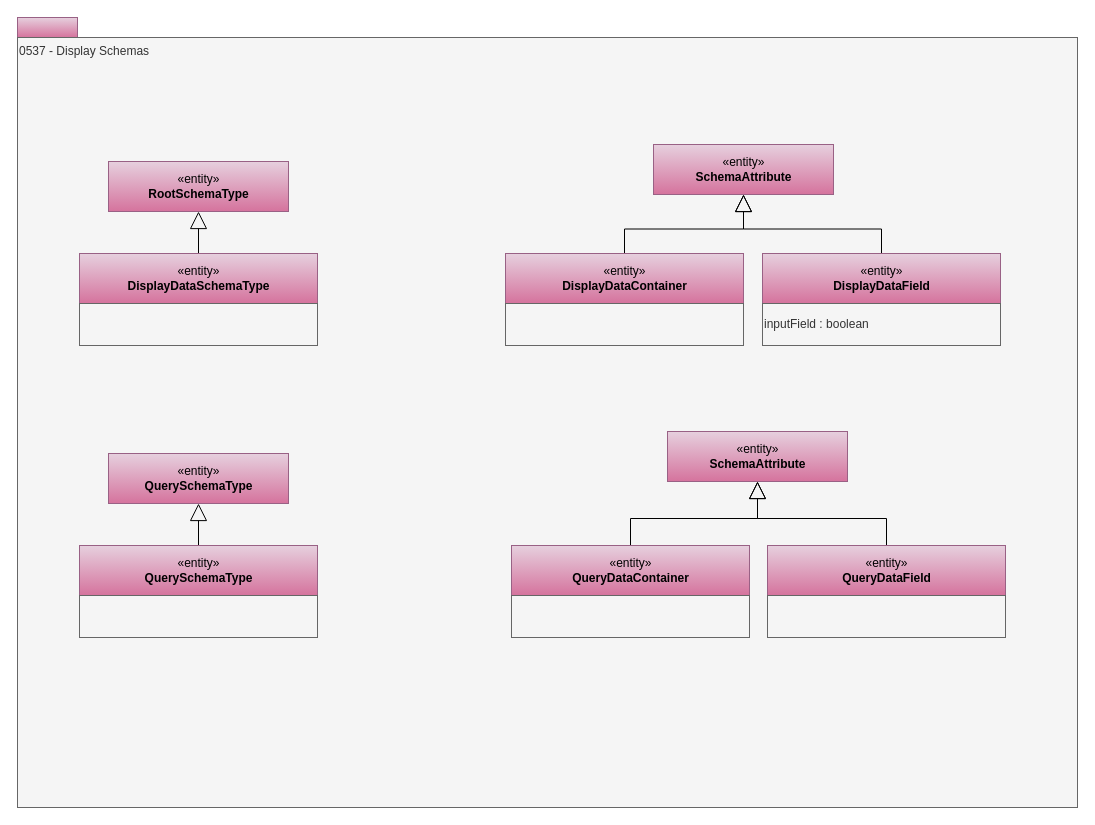
Before: page "0537-Display-Schemas" (23 of 34) of site/docs/types/5/area-5-models-and-schema.drawio in odpi/egeria-docs, a draw.io diagram. Source tidied: cells renumbered, new cells numbered last; positions are measured from the earlier drawing's top-left corner, leaving out a move shared by most shapes. Both pictures are drawn from the tidied source at 100%, with x=0, y=0 at pixel (17, 17).
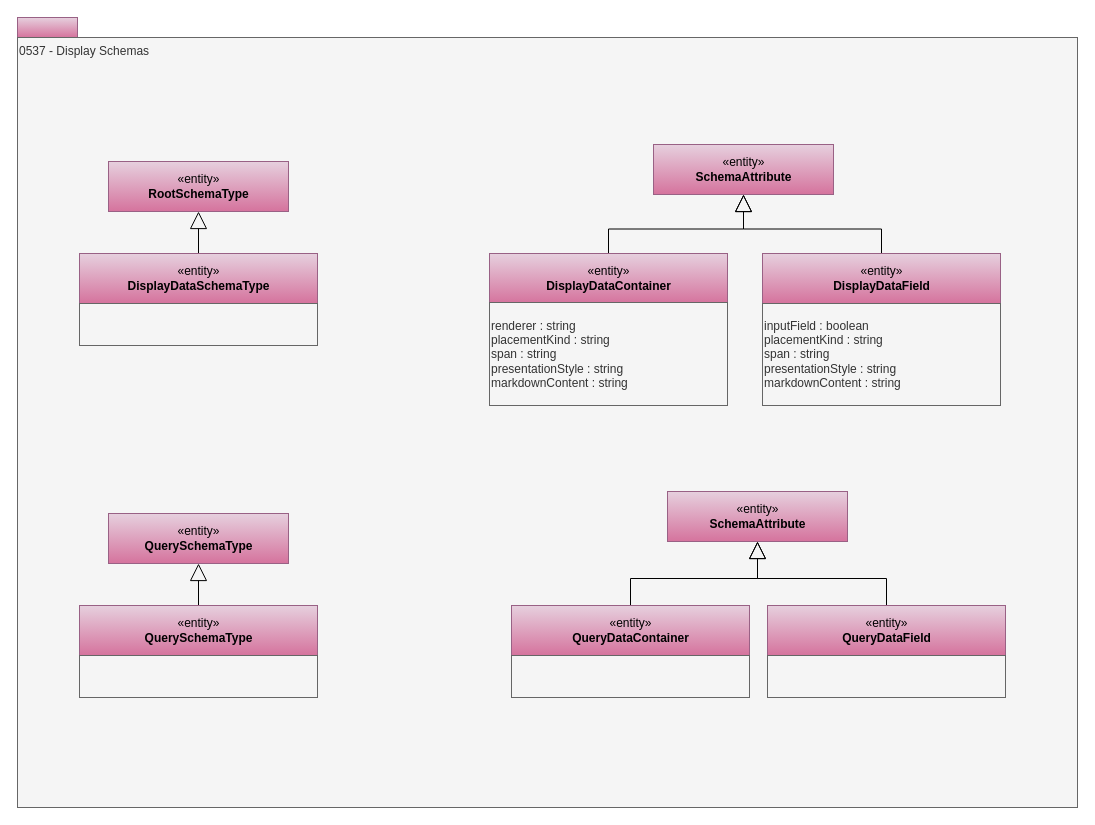
The same page after the edit.

Diff of the diagram source:
```diff
@@
     <mxCell id="5" value="«entity»&lt;br&gt;&lt;b&gt;DisplayDataContainer&lt;/b&gt;" style="html=1;strokeColor=#996185;align=center;fillColor=#e6d0de;gradientColor=#d5739d;" parent="1" vertex="1">
-      <mxGeometry x="488" y="236" width="238" height="50" as="geometry" />
+      <mxGeometry x="472" y="236" width="238" height="50" as="geometry" />
     </mxCell>
-    <mxCell id="6" style="rounded=0;whiteSpace=wrap;html=1;strokeColor=#666666;align=left;fillColor=#f5f5f5;fontColor=#333333;" parent="1" vertex="1">
-      <mxGeometry x="488" y="286" width="238" height="42" as="geometry" />
+    <mxCell id="6" value="renderer : string&lt;div&gt;placementKind : string&lt;/div&gt;&lt;div&gt;span : string&lt;/div&gt;&lt;div&gt;presentationStyle : string&lt;/div&gt;&lt;div&gt;markdownContent : string&lt;/div&gt;" style="rounded=0;whiteSpace=wrap;html=1;strokeColor=#666666;align=left;fillColor=#f5f5f5;fontColor=#333333;" parent="1" vertex="1">
+      <mxGeometry x="472" y="285" width="238" height="103" as="geometry" />
     </mxCell>
@@
     <mxCell id="13" value="«entity»&lt;br&gt;&lt;b&gt;QuerySchemaType&lt;/b&gt;" style="html=1;strokeColor=#996185;align=center;fillColor=#e6d0de;gradientColor=#d5739d;" parent="1" vertex="1">
-      <mxGeometry x="62" y="528" width="238" height="50" as="geometry" />
+      <mxGeometry x="62" y="588" width="238" height="50" as="geometry" />
     </mxCell>
     <mxCell id="14" style="rounded=0;whiteSpace=wrap;html=1;strokeColor=#666666;align=left;fillColor=#f5f5f5;fontColor=#333333;" parent="1" vertex="1">
-      <mxGeometry x="62" y="578" width="238" height="42" as="geometry" />
+      <mxGeometry x="62" y="638" width="238" height="42" as="geometry" />
     </mxCell>
     <mxCell id="15" value="«entity»&lt;br&gt;&lt;b&gt;QuerySchemaType&lt;/b&gt;" style="html=1;strokeColor=#996185;align=center;fillColor=#e6d0de;gradientColor=#d5739d;" parent="1" vertex="1">
-      <mxGeometry x="91" y="436" width="180" height="50" as="geometry" />
+      <mxGeometry x="91" y="496" width="180" height="50" as="geometry" />
     </mxCell>
@@
     <mxCell id="17" value="«entity»&lt;br&gt;&lt;b&gt;QueryDataField&lt;/b&gt;" style="html=1;strokeColor=#996185;align=center;fillColor=#e6d0de;gradientColor=#d5739d;" parent="1" vertex="1">
-      <mxGeometry x="750" y="528" width="238" height="50" as="geometry" />
+      <mxGeometry x="750" y="588" width="238" height="50" as="geometry" />
     </mxCell>
     <mxCell id="18" style="rounded=0;whiteSpace=wrap;html=1;strokeColor=#666666;align=left;fillColor=#f5f5f5;fontColor=#333333;" parent="1" vertex="1">
-      <mxGeometry x="750" y="578" width="238" height="42" as="geometry" />
+      <mxGeometry x="750" y="638" width="238" height="42" as="geometry" />
     </mxCell>
     <mxCell id="19" value="«entity»&lt;br&gt;&lt;b&gt;SchemaAttribute&lt;/b&gt;" style="html=1;strokeColor=#996185;align=center;fillColor=#e6d0de;gradientColor=#d5739d;" parent="1" vertex="1">
-      <mxGeometry x="650" y="414" width="180" height="50" as="geometry" />
+      <mxGeometry x="650" y="474" width="180" height="50" as="geometry" />
     </mxCell>
@@
-    <mxCell id="22" value="inputField : boolean" style="rounded=0;whiteSpace=wrap;html=1;strokeColor=#666666;align=left;fillColor=#f5f5f5;fontColor=#333333;" parent="1" vertex="1">
-      <mxGeometry x="745" y="286" width="238" height="42" as="geometry" />
+    <mxCell id="22" value="&lt;span style=&quot;background-color: transparent; color: light-dark(rgb(51, 51, 51), rgb(193, 193, 193));&quot;&gt;inputField : boolean&lt;/span&gt;&lt;br&gt;&lt;span style=&quot;background-color: transparent; color: light-dark(rgb(51, 51, 51), rgb(193, 193, 193));&quot;&gt;placementKind : string&lt;/span&gt;&lt;br&gt;&lt;span style=&quot;background-color: transparent; color: light-dark(rgb(51, 51, 51), rgb(193, 193, 193));&quot;&gt;span : string&lt;/span&gt;&lt;br&gt;&lt;span style=&quot;background-color: transparent; color: light-dark(rgb(51, 51, 51), rgb(193, 193, 193));&quot;&gt;presentationStyle : string&lt;/span&gt;&lt;br&gt;&lt;span style=&quot;background-color: transparent; color: light-dark(rgb(51, 51, 51), rgb(193, 193, 193));&quot;&gt;markdownContent : string&lt;/span&gt;" style="rounded=0;whiteSpace=wrap;html=1;strokeColor=#666666;align=left;fillColor=#f5f5f5;fontColor=#333333;" parent="1" vertex="1">
+      <mxGeometry x="745" y="286" width="238" height="102" as="geometry" />
     </mxCell>
@@
     <mxCell id="24" value="«entity»&lt;br&gt;&lt;b&gt;QueryDataContainer&lt;/b&gt;" style="html=1;strokeColor=#996185;align=center;fillColor=#e6d0de;gradientColor=#d5739d;" parent="1" vertex="1">
-      <mxGeometry x="494" y="528" width="238" height="50" as="geometry" />
+      <mxGeometry x="494" y="588" width="238" height="50" as="geometry" />
     </mxCell>
     <mxCell id="25" style="rounded=0;whiteSpace=wrap;html=1;strokeColor=#666666;align=left;fillColor=#f5f5f5;fontColor=#333333;" parent="1" vertex="1">
-      <mxGeometry x="494" y="578" width="238" height="42" as="geometry" />
+      <mxGeometry x="494" y="638" width="238" height="42" as="geometry" />
     </mxCell>
```
